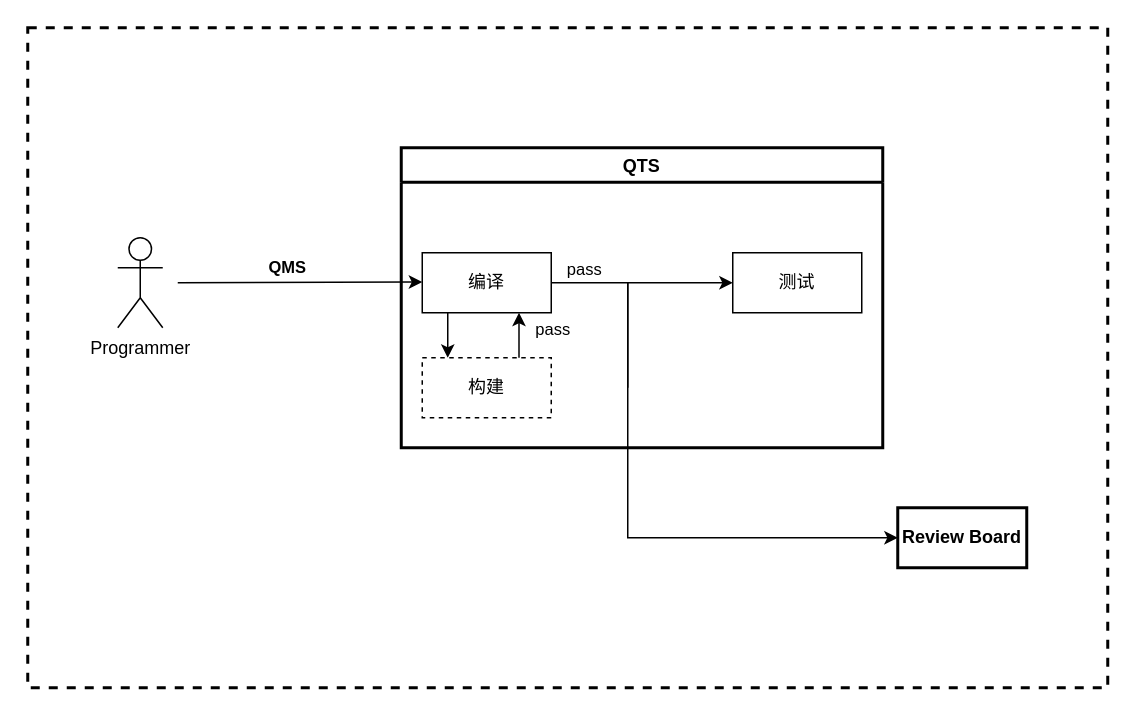
The draw.io diagram Untitled Diagram.drawio in YingSi163/Effy, before the edit. Source tidied: cells renumbered, new cells numbered last; positions are measured from the earlier drawing's top-left corner, leaving out a move shared by most shapes. Both pictures are drawn from the tidied source at 150%, with x=0, y=0 at pixel (27, 27).
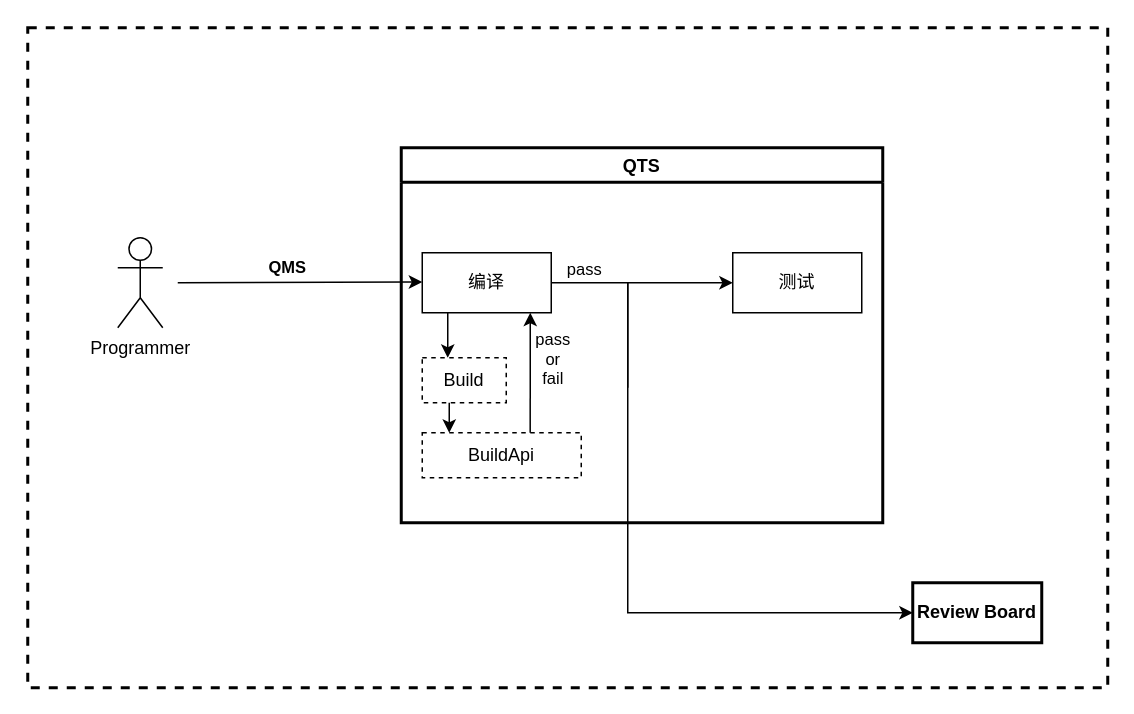
The same diagram, later.

The change refers to these unchanged cells:
```xml
<mxCell id="6" value="编译" style="whiteSpace=wrap;html=1;" parent="4" vertex="1">
  <mxGeometry x="14" y="70" width="86" height="40" as="geometry" />
</mxCell>
```

The edit, as a diff of the source:
```diff
@@
     <mxCell id="4" value="QTS" style="swimlane;strokeWidth=2;" parent="1" vertex="1">
-      <mxGeometry x="249" y="80" width="321" height="200" as="geometry" />
+      <mxGeometry x="249" y="80" width="321" height="250" as="geometry" />
     </mxCell>
@@
-    <mxCell id="8" value="构建" style="whiteSpace=wrap;html=1;dashed=1;" parent="4" vertex="1">
-      <mxGeometry x="14" y="140" width="86" height="40" as="geometry" />
+    <mxCell id="8" value="Build" style="whiteSpace=wrap;html=1;dashed=1;" parent="4" vertex="1">
+      <mxGeometry x="14" y="140" width="56" height="30" as="geometry" />
     </mxCell>
@@
-    <mxCell id="12" style="endArrow=classic;html=1;rounded=0;exitX=0.75;exitY=0;exitDx=0;exitDy=0;entryX=0.75;entryY=1;entryDx=0;entryDy=0;" parent="4" edge="1" source="8" target="6">
-      <mxGeometry relative="1" as="geometry" />
-    </mxCell>
+    <mxCell id="17" value="BuildApi" style="whiteSpace=wrap;html=1;dashed=1;" parent="4" vertex="1">
+      <mxGeometry x="14" y="190" width="106" height="30" as="geometry" />
+    </mxCell>
+    <mxCell id="18" style="endArrow=classic;html=1;rounded=0;exitX=0.679;exitY=0;exitDx=0;exitDy=0;exitPerimeter=0;" parent="4" edge="1" source="17">
+      <mxGeometry relative="1" as="geometry">
+        <mxPoint x="86" y="110" as="targetPoint" />
+      </mxGeometry>
+    </mxCell>
+    <mxCell id="19" style="endArrow=classic;html=1;rounded=0;" parent="4" edge="1">
+      <mxGeometry relative="1" as="geometry">
+        <mxPoint x="32" y="170" as="sourcePoint" />
+        <mxPoint x="32" y="190" as="targetPoint" />
+      </mxGeometry>
+    </mxCell>
     <mxCell id="13" value="&lt;b&gt;Review Board&lt;/b&gt;" style="whiteSpace=wrap;html=1;strokeWidth=2;" parent="1" vertex="1">
-      <mxGeometry x="580" y="320" width="86" height="40" as="geometry" />
+      <mxGeometry x="590" y="370" width="86" height="40" as="geometry" />
     </mxCell>
     <mxCell id="14" style="endArrow=classic;html=1;rounded=0;entryX=0;entryY=0.5;entryDx=0;entryDy=0;entryPerimeter=0;exitX=1;exitY=0.5;exitDx=0;exitDy=0;" parent="1" edge="1" source="6" target="13">
       <mxGeometry relative="1" as="geometry">
         <Array as="points">
           <mxPoint x="400" y="170" />
           <mxPoint x="400" y="240" />
-          <mxPoint x="400" y="340" />
+          <mxPoint x="400" y="390" />
         </Array>
       </mxGeometry>
     </mxCell>
-    <mxCell id="15" value="pass" style="edgeLabel;html=1;align=center;verticalAlign=middle;" parent="14" vertex="1">
+    <mxCell id="15" value="pass&lt;br&gt;or&lt;br&gt;fail" style="edgeLabel;html=1;align=center;verticalAlign=middle;" parent="14" vertex="1">
       <mxGeometry x="-0.42" y="-3" relative="1" as="geometry">
-        <mxPoint x="-48" y="-35" as="offset" />
+        <mxPoint x="-48" y="-33" as="offset" />
       </mxGeometry>
     </mxCell>
```
